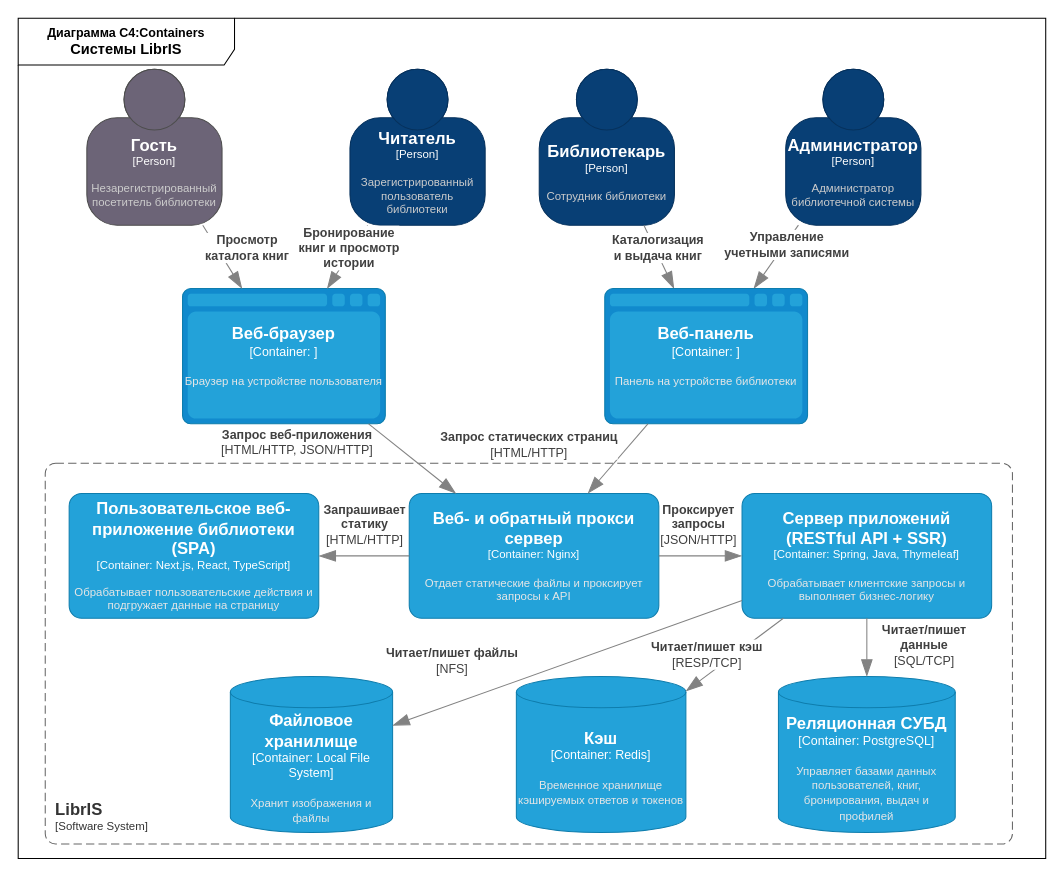
Above: docs/src/c4.drawio in Honsage/Libris (draw.io), before the change. Source tidied: cells renumbered, new cells numbered last; positions are measured from the earlier drawing's top-left corner, leaving out a move shared by most shapes. Both pictures are drawn from the tidied source at 104%, with x=0, y=0 at pixel (18, 18).
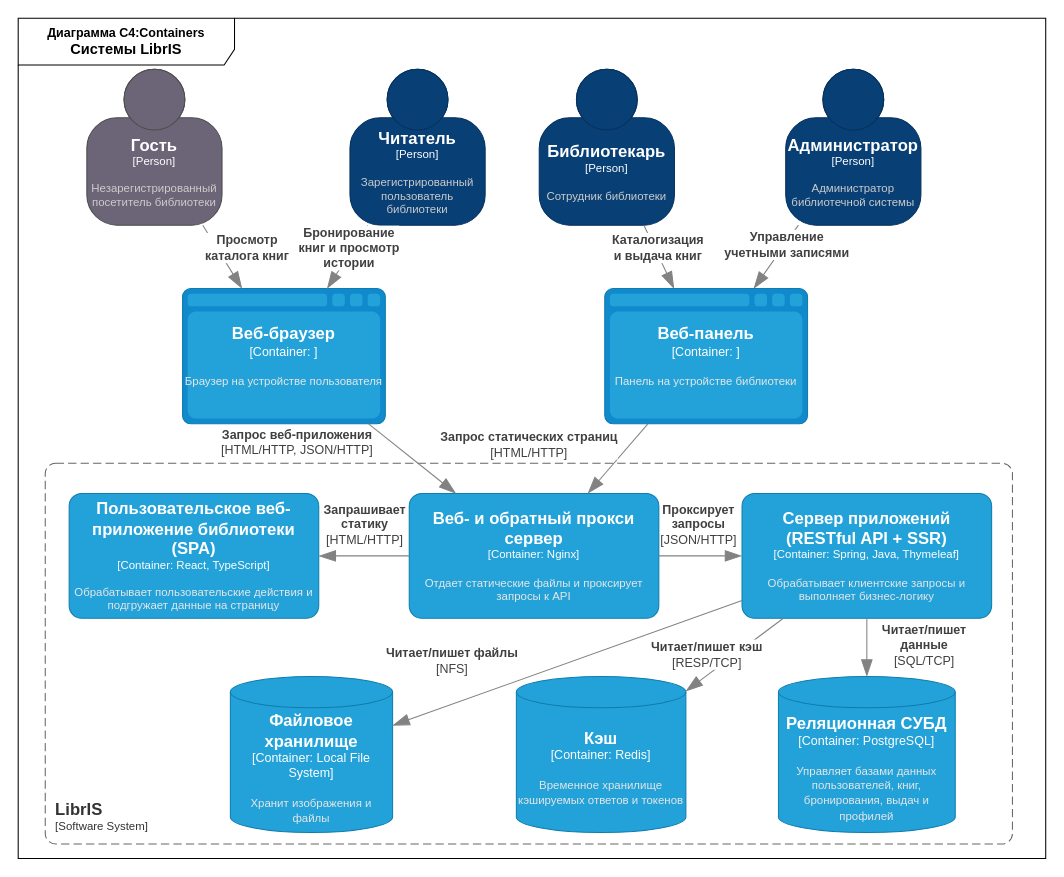
After the change.

Commit message (it also covers changes not shown here):
docs: split frontend and web-server into separate containers in c4 and deployment diagrams

Change to the diagram source:
```diff
@@
-    <object id="2" label="&lt;font style=&quot;font-size: 16px&quot;&gt;&lt;b&gt;&lt;div style=&quot;text-align: left&quot;&gt;%c4Name%&lt;/div&gt;&lt;/b&gt;&lt;/font&gt;&lt;div style=&quot;text-align: left&quot;&gt;[%c4Application%]&lt;/div&gt;" c4Application="Software System" c4Name="LibrIS" placeholders="1">
-      <mxCell style="rounded=1;fontSize=11;whiteSpace=wrap;html=1;dashed=1;arcSize=20;fillColor=none;strokeColor=#666666;fontColor=#333333;labelBackgroundColor=none;align=left;verticalAlign=bottom;labelBorderColor=none;spacingTop=0;spacing=10;dashPattern=8 4;perimeter=rectanglePerimeter;noLabel=0;labelPadding=0;absoluteArcSize=1;" parent="1" vertex="1">
-        <mxGeometry x="26" y="428" width="930" height="366" as="geometry" />
-      </mxCell>
-    </object>
+    <object id="26" label="&lt;font style=&quot;font-size: 16px&quot;&gt;&lt;b&gt;&lt;div style=&quot;text-align: left&quot;&gt;%c4Name%&lt;/div&gt;&lt;/b&gt;&lt;/font&gt;&lt;div style=&quot;text-align: left&quot;&gt;[%c4Application%]&lt;/div&gt;" c4Application="Software System" c4Name="LibrIS" placeholders="1">
+      <mxCell style="rounded=1;fontSize=11;whiteSpace=wrap;html=1;dashed=1;arcSize=20;fillColor=none;strokeColor=#666666;fontColor=#333333;labelBackgroundColor=none;align=left;verticalAlign=bottom;labelBorderColor=none;spacingTop=0;spacing=10;dashPattern=8 4;perimeter=rectanglePerimeter;noLabel=0;labelPadding=0;absoluteArcSize=1;" parent="1" vertex="1">
+        <mxGeometry x="26" y="428" width="930" height="366" as="geometry" />
+      </mxCell>
+    </object>
@@
-    <object id="13" label="&lt;font style=&quot;font-size: 16px&quot;&gt;&lt;b&gt;%c4Name%&lt;/b&gt;&lt;/font&gt;&lt;div&gt;[%c4Type%: %c4Technology%]&lt;/div&gt;&lt;br&gt;&lt;div&gt;&lt;font style=&quot;font-size: 11px&quot;&gt;&lt;font color=&quot;#E6E6E6&quot;&gt;%c4Description%&lt;/font&gt;&lt;/div&gt;" c4Description="Обрабатывает пользовательские действия и подгружает данные на страницу" c4Name="Пользовательское веб-приложение библиотеки (SPA)" c4Technology="Next.js, React, TypeScript" c4Type="Container" placeholders="1">
+    <object id="13" label="&lt;font style=&quot;font-size: 16px&quot;&gt;&lt;b&gt;%c4Name%&lt;/b&gt;&lt;/font&gt;&lt;div&gt;[%c4Type%: %c4Technology%]&lt;/div&gt;&lt;br&gt;&lt;div&gt;&lt;font style=&quot;font-size: 11px&quot;&gt;&lt;font color=&quot;#E6E6E6&quot;&gt;%c4Description%&lt;/font&gt;&lt;/div&gt;" c4Description="Обрабатывает пользовательские действия и подгружает данные на страницу" c4Name="Пользовательское веб-приложение библиотеки (SPA)" c4Technology="React, TypeScript" c4Type="Container" placeholders="1">
       <mxCell style="rounded=1;whiteSpace=wrap;html=1;fontSize=11;labelBackgroundColor=none;fillColor=#23A2D9;fontColor=#ffffff;align=center;arcSize=10;strokeColor=#0E7DAD;points=[[0.25,0,0],[0.5,0,0],[0.75,0,0],[1,0.25,0],[1,0.5,0],[1,0.75,0],[0.75,1,0],[0.5,1,0],[0.25,1,0],[0,0.75,0],[0,0.5,0],[0,0.25,0]];" parent="1" vertex="1">
         <mxGeometry x="49" y="457" width="240" height="120" as="geometry" />
       </mxCell>
     </object>
@@
-    <mxCell id="26" value="&lt;b&gt;Диаграмма C4:Containers &lt;font style=&quot;font-size: 14px;&quot;&gt;Системы LibrIS&lt;/font&gt;&lt;/b&gt;" style="shape=umlFrame;whiteSpace=wrap;html=1;width=208;height=45;" parent="1" vertex="1">
-      <mxGeometry width="988" height="808" as="geometry" />
-    </mxCell>
+    <mxCell id="27" value="&lt;b&gt;Диаграмма C4:Containers &lt;font style=&quot;font-size: 14px;&quot;&gt;Системы LibrIS&lt;/font&gt;&lt;/b&gt;" style="shape=umlFrame;whiteSpace=wrap;html=1;width=208;height=45;" parent="1" vertex="1">
+      <mxGeometry width="988" height="808" as="geometry" />
+    </mxCell>
```
